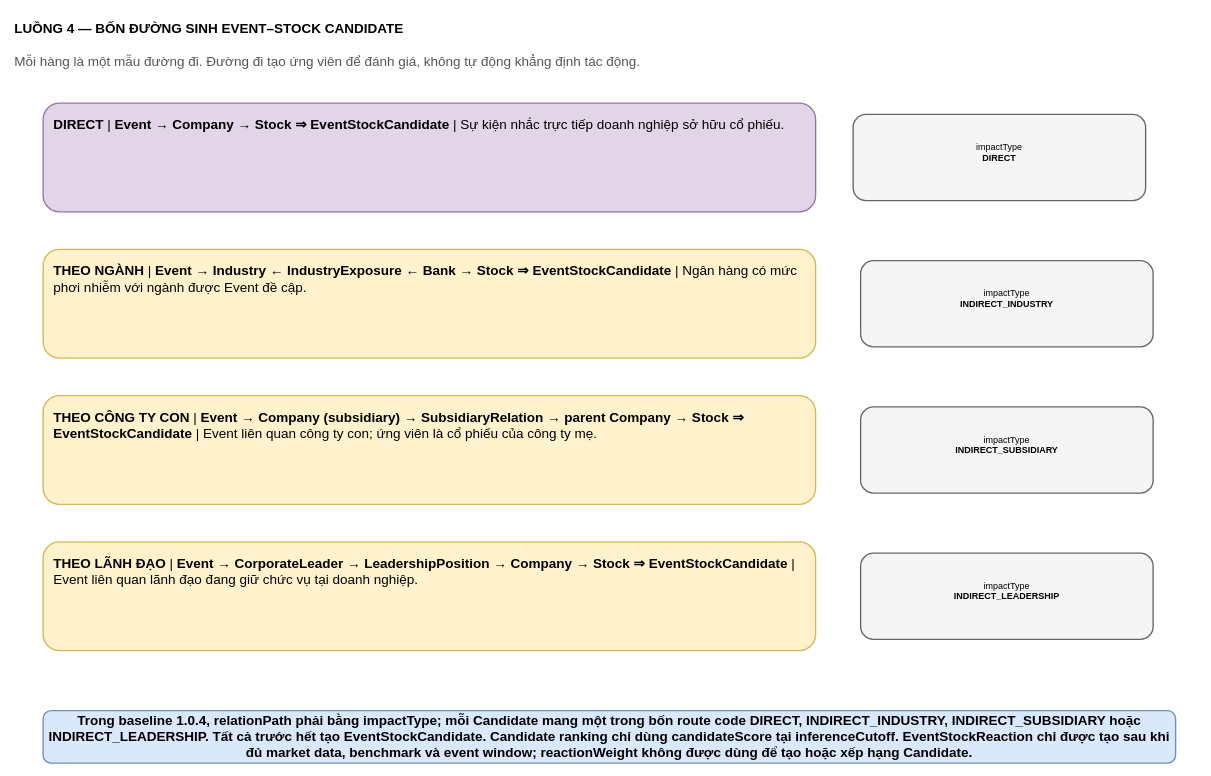
Before: page "05-4 Đường liên hệ chính" (6 of 7) of chỉnh sửa mới nhất - 01-10/master_thesis_v1_synced_01-10.drawio in Lequynhlan/master_thesis_draf, a draw.io diagram. Source tidied: cells renumbered, new cells numbered last; positions are measured from the earlier drawing's top-left corner, leaving out a move shared by most shapes. Both pictures are drawn from the tidied source at 75%, with x=0, y=0 at pixel (13, 13).
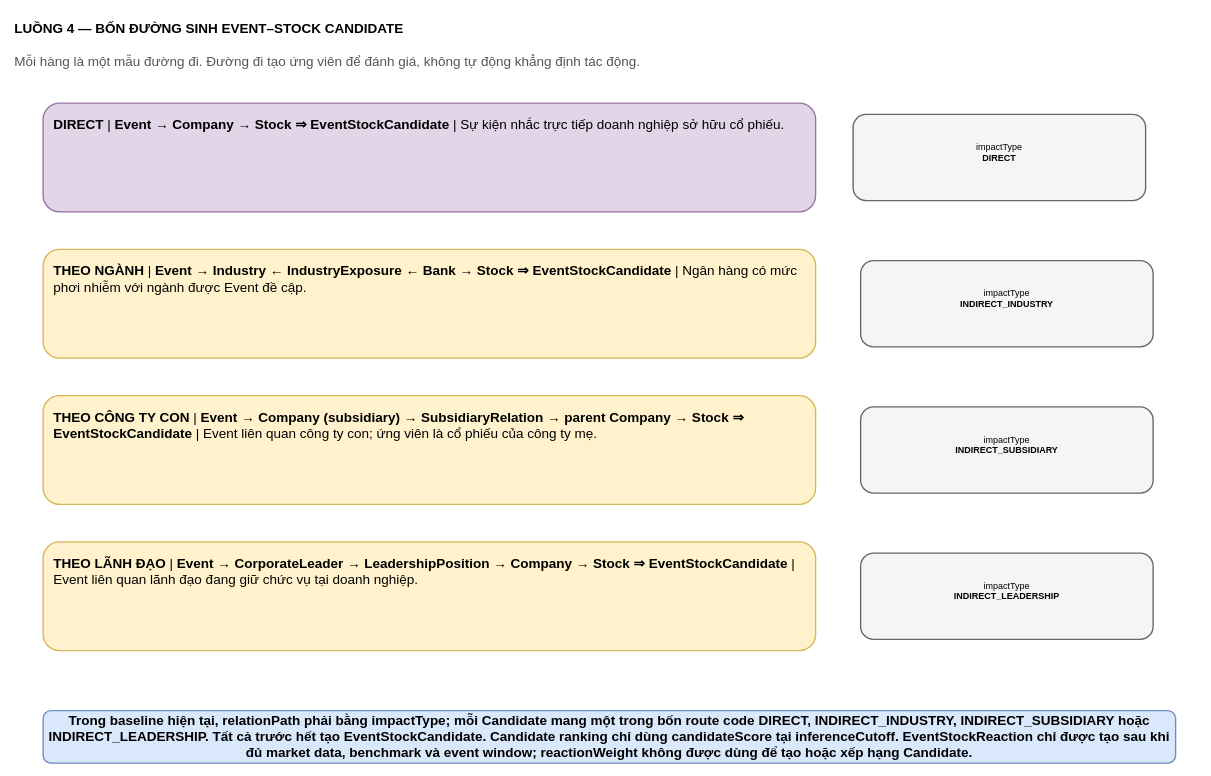
After the change.

Change to the diagram source:
```diff
@@
 <mxGraphModel>
   <root>
     <mxCell id="0" />
     <mxCell id="1" parent="0" />
     <mxCell id="2" value="LUỒNG 4 — BỐN ĐƯỜNG SINH EVENT–STOCK CANDIDATE" style="text;html=1;strokeColor=none;fillColor=none;align=left;verticalAlign=middle;fontSize=18;fontStyle=1;" parent="1" vertex="1">
       <mxGeometry width="1580" height="42" as="geometry" />
     </mxCell>
     <mxCell id="3" value="Mỗi hàng là một mẫu đường đi. Đường đi tạo ứng viên để đánh giá, không tự động khẳng định tác động." style="text;html=1;strokeColor=none;fillColor=none;align=left;verticalAlign=top;fontSize=18;fontColor=#555555;" parent="1" vertex="1">
       <mxGeometry y="48" width="1580" height="48" as="geometry" />
     </mxCell>
     <mxCell id="4" value="&lt;b&gt;DIRECT&lt;/b&gt; | &lt;font&gt;&lt;b&gt;Event → Company → Stock ⇒ EventStockCandidate&lt;/b&gt;&lt;/font&gt; | Sự kiện nhắc trực tiếp doanh nghiệp sở hữu cổ phiếu." style="rounded=1;whiteSpace=wrap;html=1;fillColor=#e1d5e7;strokeColor=#9673a6;strokeWidth=1.8;fontSize=18;align=left;verticalAlign=top;spacing=14;" parent="1" vertex="1">
       <mxGeometry x="40" y="120" width="1030" height="145" as="geometry" />
     </mxCell>
     <mxCell id="5" value="impactType&lt;br&gt;&lt;b&gt;DIRECT&lt;/b&gt;&lt;br&gt;&lt;div&gt;&lt;br/&gt;&lt;/div&gt;" style="rounded=1;whiteSpace=wrap;html=1;fillColor=#f5f5f5;strokeColor=#666666;strokeWidth=1.8;fontSize=18;fontSize=12;" parent="1" vertex="1">
       <mxGeometry x="1120" y="135" width="390" height="115" as="geometry" />
     </mxCell>
     <mxCell id="6" value="&lt;b&gt;THEO NGÀNH&lt;/b&gt; | &lt;font&gt;&lt;b&gt;Event → Industry ← IndustryExposure ← Bank → Stock ⇒ EventStockCandidate&lt;/b&gt;&lt;/font&gt; | Ngân hàng có mức phơi nhiễm với ngành được Event đề cập." style="rounded=1;whiteSpace=wrap;html=1;fillColor=#fff2cc;strokeColor=#d6b656;strokeWidth=1.8;fontSize=18;align=left;verticalAlign=top;spacing=14;" parent="1" vertex="1">
       <mxGeometry x="40" y="315" width="1030" height="145" as="geometry" />
     </mxCell>
     <mxCell id="7" value="impactType&lt;br&gt;&lt;b&gt;INDIRECT_INDUSTRY&lt;/b&gt;&lt;br&gt;&lt;div&gt;&lt;br/&gt;&lt;/div&gt;" style="rounded=1;whiteSpace=wrap;html=1;fillColor=#f5f5f5;strokeColor=#666666;strokeWidth=1.8;fontSize=18;fontSize=12;" parent="1" vertex="1">
       <mxGeometry x="1130" y="330" width="390" height="115" as="geometry" />
     </mxCell>
     <mxCell id="8" value="&lt;b&gt;THEO CÔNG TY CON&lt;/b&gt; | &lt;font&gt;&lt;b&gt;Event → Company (subsidiary) → SubsidiaryRelation → parent Company → Stock ⇒ EventStockCandidate&lt;/b&gt;&lt;/font&gt; | Event liên quan công ty con; ứng viên là cổ phiếu của công ty mẹ." style="rounded=1;whiteSpace=wrap;html=1;fillColor=#fff2cc;strokeColor=#d6b656;strokeWidth=1.8;fontSize=18;align=left;verticalAlign=top;spacing=14;" parent="1" vertex="1">
       <mxGeometry x="40" y="510" width="1030" height="145" as="geometry" />
     </mxCell>
     <mxCell id="9" value="impactType&lt;br&gt;&lt;b&gt;INDIRECT_SUBSIDIARY&lt;/b&gt;&lt;br&gt;&lt;div&gt;&lt;br/&gt;&lt;/div&gt;" style="rounded=1;whiteSpace=wrap;html=1;fillColor=#f5f5f5;strokeColor=#666666;strokeWidth=1.8;fontSize=18;fontSize=12;" parent="1" vertex="1">
       <mxGeometry x="1130" y="525" width="390" height="115" as="geometry" />
     </mxCell>
     <mxCell id="10" value="&lt;b&gt;THEO LÃNH ĐẠO&lt;/b&gt; | &lt;font&gt;&lt;b&gt;Event → CorporateLeader → LeadershipPosition → Company → Stock ⇒ EventStockCandidate&lt;/b&gt;&lt;/font&gt; | Event liên quan lãnh đạo đang giữ chức vụ tại doanh nghiệp." style="rounded=1;whiteSpace=wrap;html=1;fillColor=#fff2cc;strokeColor=#d6b656;strokeWidth=1.8;fontSize=18;align=left;verticalAlign=top;spacing=14;" parent="1" vertex="1">
       <mxGeometry x="40" y="705" width="1030" height="145" as="geometry" />
     </mxCell>
     <mxCell id="11" value="impactType&lt;br&gt;&lt;b&gt;INDIRECT_LEADERSHIP&lt;/b&gt;&lt;br&gt;&lt;div&gt;&lt;br/&gt;&lt;/div&gt;" style="rounded=1;whiteSpace=wrap;html=1;fillColor=#f5f5f5;strokeColor=#666666;strokeWidth=1.8;fontSize=18;fontSize=12;" parent="1" vertex="1">
       <mxGeometry x="1130" y="720" width="390" height="115" as="geometry" />
     </mxCell>
-    <mxCell id="12" value="Trong baseline 1.0.4, relationPath phải bằng impactType; mỗi Candidate mang một trong bốn route code DIRECT, INDIRECT_INDUSTRY, INDIRECT_SUBSIDIARY hoặc INDIRECT_LEADERSHIP. Tất cả trước hết tạo EventStockCandidate. Candidate ranking chỉ dùng candidateScore tại inferenceCutoff. EventStockReaction chỉ được tạo sau khi đủ market data, benchmark và event window; reactionWeight không được dùng để tạo hoặc xếp hạng Candidate." style="rounded=1;whiteSpace=wrap;html=1;fillColor=#dae8fc;strokeColor=#6c8ebf;strokeWidth=1.8;fontSize=18;align=center;verticalAlign=middle;fontStyle=1;" parent="1" vertex="1">
+    <mxCell id="12" value="Trong baseline hiện tại, relationPath phải bằng impactType; mỗi Candidate mang một trong bốn route code DIRECT, INDIRECT_INDUSTRY, INDIRECT_SUBSIDIARY hoặc INDIRECT_LEADERSHIP. Tất cả trước hết tạo EventStockCandidate. Candidate ranking chỉ dùng candidateScore tại inferenceCutoff. EventStockReaction chỉ được tạo sau khi đủ market data, benchmark và event window; reactionWeight không được dùng để tạo hoặc xếp hạng Candidate." style="rounded=1;whiteSpace=wrap;html=1;fillColor=#dae8fc;strokeColor=#6c8ebf;strokeWidth=1.8;fontSize=18;align=center;verticalAlign=middle;fontStyle=1;" parent="1" vertex="1">
       <mxGeometry x="40" y="930" width="1510" height="70" as="geometry" />
     </mxCell>
   </root>
 </mxGraphModel>
```
